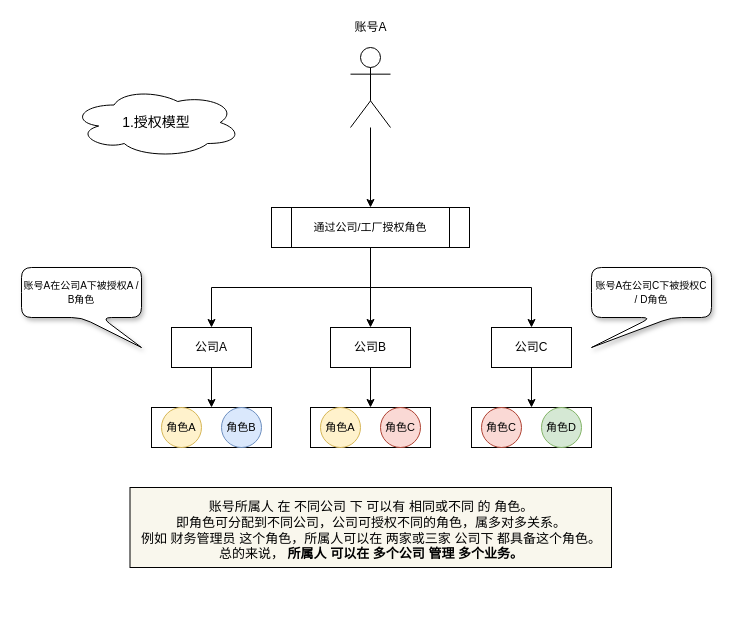
This is derucci-公司授权.drawio from LDChing0321/JavaLearn, a draw.io file, before an edit. Source tidied: cells renumbered, new cells numbered last; positions are measured from the earlier drawing's top-left corner, leaving out a move shared by most shapes. Both pictures are drawn from the tidied source at 100%, with x=0, y=0 at pixel (21, 17).
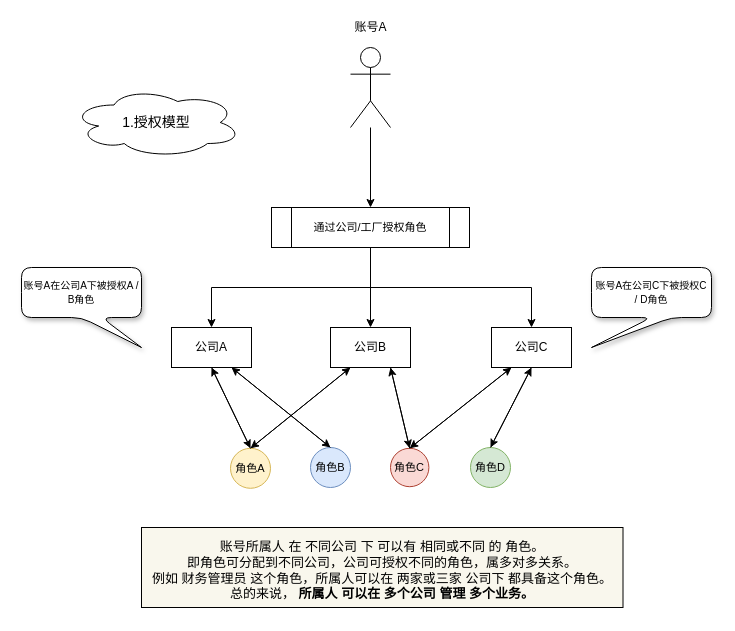
The same diagram, later.

Commit message (it also covers changes not shown here):
更新derucci-公司授权.drawio

Unchanged cells that the change refers to:
```xml
<mxCell id="9" value="公司A" style="rounded=0;whiteSpace=wrap;html=1;" parent="1" vertex="1">
  <mxGeometry x="150" y="310" width="80" height="40" as="geometry" />
</mxCell>
<mxCell id="12" value="公司B" style="rounded=0;whiteSpace=wrap;html=1;" parent="1" vertex="1">
  <mxGeometry x="309" y="310" width="80" height="40" as="geometry" />
</mxCell>
<mxCell id="14" value="公司C" style="rounded=0;whiteSpace=wrap;html=1;" parent="1" vertex="1">
  <mxGeometry x="470" y="310" width="80" height="40" as="geometry" />
</mxCell>
```

Change to the diagram source:
```diff
@@
-    <mxCell id="8" style="edgeStyle=orthogonalEdgeStyle;rounded=0;jettySize=auto;html=1;entryX=0.5;entryY=0;entryDx=0;entryDy=0;fontSize=11;" parent="1" edge="1" source="9" target="16">
-      <mxGeometry relative="1" as="geometry" />
-    </mxCell>
+    <mxCell id="31" style="edgeStyle=none;rounded=0;jettySize=auto;html=1;exitX=0.5;exitY=1;exitDx=0;exitDy=0;entryX=0.5;entryY=0;entryDx=0;entryDy=0;fontSize=13;" parent="1" edge="1" source="9" target="17">
+      <mxGeometry relative="1" as="geometry" />
+    </mxCell>
+    <mxCell id="32" style="edgeStyle=none;rounded=0;jettySize=auto;html=1;exitX=0.75;exitY=1;exitDx=0;exitDy=0;entryX=0.5;entryY=0;entryDx=0;entryDy=0;fontSize=13;" parent="1" edge="1" source="9" target="18">
+      <mxGeometry relative="1" as="geometry" />
+    </mxCell>
@@
-    <mxCell id="11" style="edgeStyle=orthogonalEdgeStyle;rounded=0;jettySize=auto;html=1;exitX=0.5;exitY=1;exitDx=0;exitDy=0;entryX=0.5;entryY=0;entryDx=0;entryDy=0;fontSize=11;" parent="1" edge="1" source="12" target="20">
-      <mxGeometry relative="1" as="geometry" />
-    </mxCell>
+    <mxCell id="33" style="edgeStyle=none;rounded=0;jettySize=auto;html=1;exitX=0.25;exitY=1;exitDx=0;exitDy=0;entryX=0.5;entryY=0;entryDx=0;entryDy=0;fontSize=13;" parent="1" edge="1" source="12" target="17">
+      <mxGeometry relative="1" as="geometry" />
+    </mxCell>
+    <mxCell id="34" style="edgeStyle=none;rounded=0;jettySize=auto;html=1;exitX=0.75;exitY=1;exitDx=0;exitDy=0;fontSize=13;entryX=0.5;entryY=0;entryDx=0;entryDy=0;" parent="1" edge="1" source="12" target="37">
+      <mxGeometry relative="1" as="geometry" />
+    </mxCell>
@@
-    <mxCell id="13" style="edgeStyle=orthogonalEdgeStyle;rounded=0;jettySize=auto;html=1;exitX=0.5;exitY=1;exitDx=0;exitDy=0;entryX=0.5;entryY=0;entryDx=0;entryDy=0;fontSize=11;" parent="1" edge="1" source="14" target="24">
-      <mxGeometry relative="1" as="geometry" />
-    </mxCell>
+    <mxCell id="35" style="edgeStyle=none;rounded=0;jettySize=auto;html=1;exitX=0.25;exitY=1;exitDx=0;exitDy=0;entryX=0.5;entryY=0;entryDx=0;entryDy=0;fontSize=13;" parent="1" edge="1" source="14" target="37">
+      <mxGeometry relative="1" as="geometry" />
+    </mxCell>
+    <mxCell id="36" style="edgeStyle=none;rounded=0;jettySize=auto;html=1;exitX=0.5;exitY=1;exitDx=0;exitDy=0;entryX=0.5;entryY=0;entryDx=0;entryDy=0;fontSize=13;" parent="1" edge="1" source="14" target="26">
+      <mxGeometry relative="1" as="geometry" />
+    </mxCell>
@@
-    <mxCell id="15" style="group;glass=1;shadow=0;" parent="1" vertex="1">
-      <mxGeometry x="130" y="390" width="120" height="40" as="geometry" />
+    <mxCell id="15" style="group;glass=1;shadow=0;fillColor=none;" parent="1" vertex="1">
+      <mxGeometry x="209" y="430" width="280" height="40" as="geometry" />
     </mxCell>
-    <mxCell id="16" style="rounded=0;whiteSpace=wrap;html=1;fontSize=11;shadow=0;" parent="15" vertex="1">
-      <mxGeometry width="120" height="40" as="geometry" />
+    <mxCell id="16" style="rounded=0;whiteSpace=wrap;html=1;fontSize=11;shadow=0;fillColor=none;strokeColor=none;" parent="15" vertex="1">
+      <mxGeometry width="280" height="40" as="geometry" />
     </mxCell>
     <mxCell id="17" value="角色A" style="ellipse;whiteSpace=wrap;html=1;fontSize=11;fillColor=#fff2cc;strokeColor=#d6b656;" parent="15" vertex="1">
-      <mxGeometry x="10" width="40" height="40" as="geometry" />
+      <mxGeometry y="0.8" width="40" height="40" as="geometry" />
     </mxCell>
     <mxCell id="18" value="角色B" style="ellipse;whiteSpace=wrap;html=1;fontSize=11;fillColor=#dae8fc;strokeColor=#6c8ebf;" parent="15" vertex="1">
-      <mxGeometry x="70" width="40" height="40" as="geometry" />
+      <mxGeometry x="80" width="40" height="40" as="geometry" />
     </mxCell>
-    <mxCell id="19" style="group;shadow=0;sketch=0;" parent="1" vertex="1">
-      <mxGeometry x="289" y="390" width="120" height="40" as="geometry" />
-    </mxCell>
-    <mxCell id="20" style="rounded=0;whiteSpace=wrap;html=1;fontSize=11;shadow=0;sketch=0;" parent="19" vertex="1">
-      <mxGeometry width="120" height="40" as="geometry" />
-    </mxCell>
-    <mxCell id="21" value="角色A" style="ellipse;whiteSpace=wrap;html=1;fontSize=11;fillColor=#fff2cc;strokeColor=#d6b656;" parent="19" vertex="1">
-      <mxGeometry x="10" width="40" height="40" as="geometry" />
-    </mxCell>
-    <mxCell id="22" value="角色C" style="ellipse;whiteSpace=wrap;html=1;fontSize=11;fillColor=#fad9d5;strokeColor=#ae4132;" parent="19" vertex="1">
-      <mxGeometry x="70" width="40" height="40" as="geometry" />
-    </mxCell>
-    <mxCell id="23" style="group;" parent="1" vertex="1">
-      <mxGeometry x="450" y="390" width="120" height="40" as="geometry" />
-    </mxCell>
-    <mxCell id="24" style="rounded=0;whiteSpace=wrap;html=1;fontSize=11;shadow=0;" parent="23" vertex="1">
-      <mxGeometry width="120" height="40" as="geometry" />
-    </mxCell>
-    <mxCell id="25" value="角色C" style="ellipse;whiteSpace=wrap;html=1;fontSize=11;fillColor=#fad9d5;strokeColor=#ae4132;" parent="23" vertex="1">
-      <mxGeometry x="10" width="40" height="40" as="geometry" />
-    </mxCell>
+    <mxCell id="37" value="角色C" style="ellipse;whiteSpace=wrap;html=1;fontSize=11;fillColor=#fad9d5;strokeColor=#ae4132;" parent="15" vertex="1">
+      <mxGeometry x="160" y="0.8" width="38.4" height="38.4" as="geometry" />
+    </mxCell>
-    <mxCell id="26" value="角色D" style="ellipse;whiteSpace=wrap;html=1;fontSize=11;fillColor=#d5e8d4;strokeColor=#82b366;" parent="23" vertex="1">
-      <mxGeometry x="70" width="40" height="40" as="geometry" />
+    <mxCell id="26" value="角色D" style="ellipse;whiteSpace=wrap;html=1;fontSize=11;fillColor=#d5e8d4;strokeColor=#82b366;" parent="15" vertex="1">
+      <mxGeometry x="240" width="40" height="40" as="geometry" />
     </mxCell>
@@
     <mxCell id="30" value="&lt;p style=&quot;line-height: 1.7&quot;&gt;&lt;/p&gt;&lt;blockquote style=&quot;margin: 0 0 0 40px ; border: none ; padding: 0px&quot;&gt;&lt;/blockquote&gt;账号所属人&amp;nbsp;在&amp;nbsp;不同公司 下 可以有&amp;nbsp;相同或不同 的&amp;nbsp;角色。&lt;br&gt;即角色可分配到不同公司，公司可授权不同的角色，属多对多关系。&lt;br&gt;例如 财务管理员&amp;nbsp;这个角色，所属人可以在 两家或三家 公司下&amp;nbsp;都具备这个角色。&lt;br&gt;总的来说，&amp;nbsp;&lt;b&gt;所属人&amp;nbsp;可以在&amp;nbsp;多个公司&amp;nbsp;管理&amp;nbsp;多个业务。&lt;/b&gt;&lt;br&gt;&lt;p&gt;&lt;/p&gt;" style="rounded=0;whiteSpace=wrap;html=1;shadow=0;glass=0;sketch=0;fontSize=13;fillColor=#f9f7ed;strokeColor=default;spacingTop=5;" parent="1" vertex="1">
-      <mxGeometry x="108.5" y="470" width="481.5" height="80" as="geometry" />
+      <mxGeometry x="120" y="510" width="481.5" height="80" as="geometry" />
     </mxCell>
+    <mxCell id="38" style="rounded=0;jettySize=auto;html=1;exitX=0.5;exitY=0;exitDx=0;exitDy=0;entryX=0.5;entryY=1;entryDx=0;entryDy=0;fontSize=13;" parent="1" edge="1" source="17" target="9">
+      <mxGeometry relative="1" as="geometry" />
+    </mxCell>
+    <mxCell id="39" style="edgeStyle=none;rounded=0;jettySize=auto;html=1;exitX=0.5;exitY=0;exitDx=0;exitDy=0;entryX=0.25;entryY=1;entryDx=0;entryDy=0;fontSize=13;" parent="1" edge="1" source="17" target="12">
+      <mxGeometry relative="1" as="geometry" />
+    </mxCell>
+    <mxCell id="40" style="edgeStyle=none;rounded=0;jettySize=auto;html=1;exitX=0.5;exitY=0;exitDx=0;exitDy=0;fontSize=13;entryX=0.75;entryY=1;entryDx=0;entryDy=0;" parent="1" edge="1" source="37" target="12">
+      <mxGeometry relative="1" as="geometry" />
+    </mxCell>
+    <mxCell id="41" style="edgeStyle=none;rounded=0;jettySize=auto;html=1;exitX=0.5;exitY=0;exitDx=0;exitDy=0;entryX=0.75;entryY=1;entryDx=0;entryDy=0;fontSize=13;" parent="1" edge="1" source="18" target="9">
+      <mxGeometry relative="1" as="geometry" />
+    </mxCell>
+    <mxCell id="42" style="edgeStyle=none;rounded=0;jettySize=auto;html=1;exitX=0.5;exitY=0;exitDx=0;exitDy=0;entryX=0.25;entryY=1;entryDx=0;entryDy=0;fontSize=13;" parent="1" edge="1" source="37" target="14">
+      <mxGeometry relative="1" as="geometry" />
+    </mxCell>
+    <mxCell id="43" style="edgeStyle=none;rounded=0;jettySize=auto;html=1;exitX=0.5;exitY=0;exitDx=0;exitDy=0;entryX=0.5;entryY=1;entryDx=0;entryDy=0;fontSize=13;" parent="1" edge="1" source="26" target="14">
+      <mxGeometry relative="1" as="geometry" />
+    </mxCell>
```
